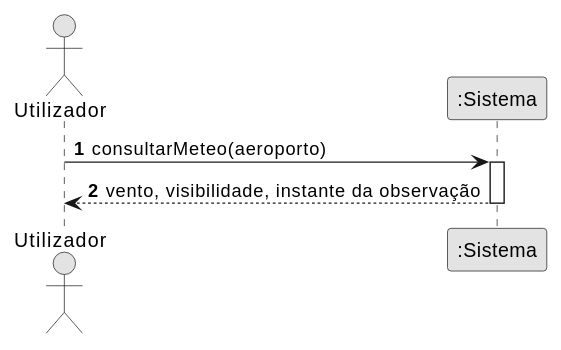
This is docs/system-documentation/use-cases/US11/svg/ssd_us11.svg from miguelsiilva1/SkyTracer, a PlantUML export, as it was before one commit.
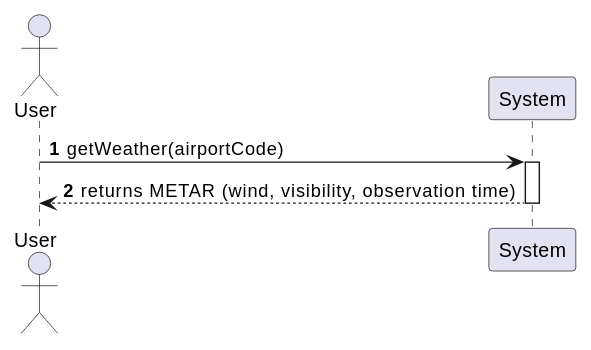
The same diagram one commit later.

What changed in the source:
```diff
@@ -1,11 +1,10 @@
 @startuml
 autonumber
-skinparam monochrome true
-actor "Utilizador" as U
-participant ":Sistema" as S
+actor "User" as A
+participant "System" as S
 
-U -> S : consultarMeteo(aeroporto)
+A -> S : getWeather(airportCode)
 activate S
-S --> U : vento, visibilidade, instante da observação
+S --> A : returns METAR (wind, visibility, observation time)
 deactivate S
 @enduml
```
